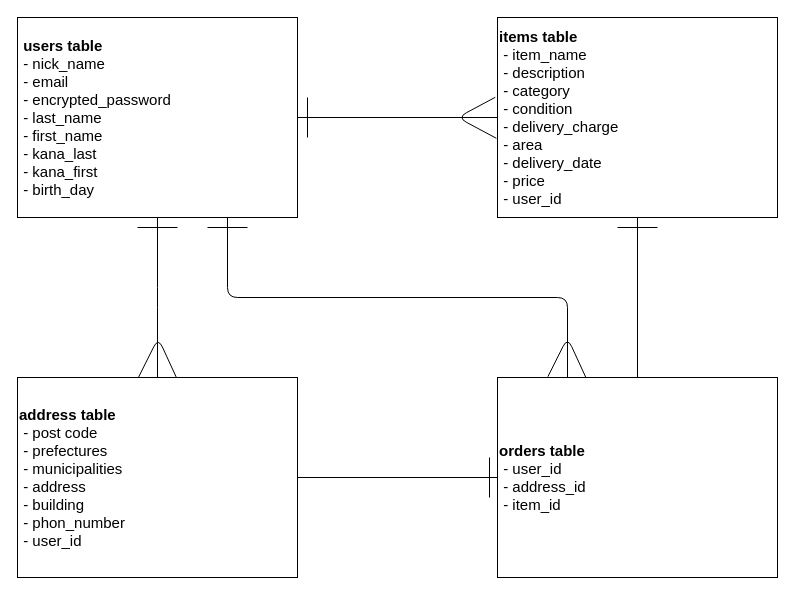
Earlier version of the draw.io diagram furima.dio (ardbeg1815/furima-37934). Source tidied: cells renumbered, new cells numbered last; positions are measured from the earlier drawing's top-left corner, leaving out a move shared by most shapes. Both pictures are drawn from the tidied source at 100%, with x=0, y=0 at pixel (17, 17).
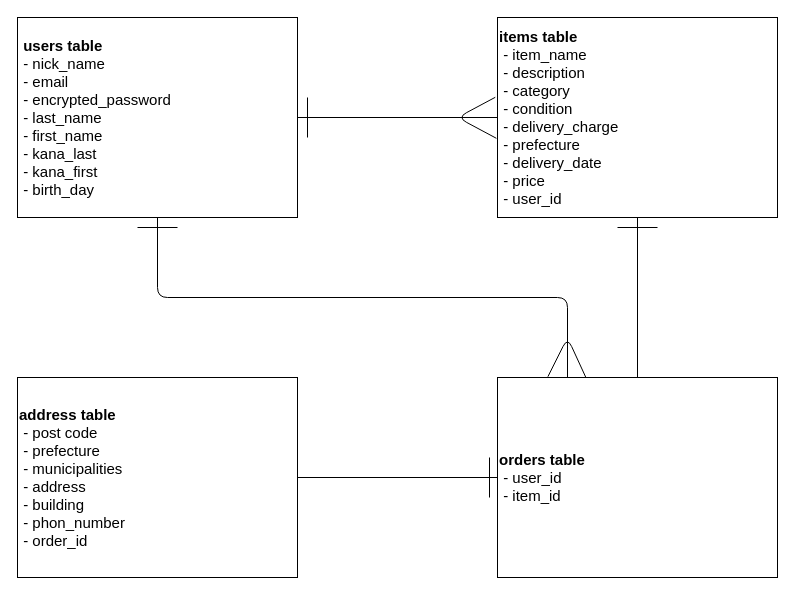
The same page after the edit.

Commit message (it also covers changes not shown here):
データベース再修正

The change refers to these unchanged cells:
```xml
<mxCell id="4" value="&amp;nbsp;&lt;b style=&quot;font-size: 15px&quot;&gt;users table&lt;/b&gt;&lt;br style=&quot;font-size: 15px&quot;&gt;&amp;nbsp;- nick_name&lt;br style=&quot;font-size: 15px&quot;&gt;&amp;nbsp;- email&lt;br style=&quot;font-size: 15px&quot;&gt;&amp;nbsp;- encrypted_password&lt;br style=&quot;font-size: 15px&quot;&gt;&amp;nbsp;- last_name&lt;br style=&quot;font-size: 15px&quot;&gt;&amp;nbsp;- first_name&lt;br style=&quot;font-size: 15px&quot;&gt;&amp;nbsp;- kana_last&lt;br style=&quot;font-size: 15px&quot;&gt;&amp;nbsp;- kana_first&lt;br style=&quot;font-size: 15px&quot;&gt;&amp;nbsp;- birth_day" style="whiteSpace=wrap;html=1;align=left;fontSize=15;" parent="1" vertex="1">
  <mxGeometry width="280" height="200" as="geometry" />
</mxCell>
```

The edit, as a diff of the source:
```diff
@@
-    <mxCell id="2" value="&lt;b style=&quot;font-size: 15px&quot;&gt;orders table&lt;/b&gt;&lt;br style=&quot;font-size: 15px&quot;&gt;&amp;nbsp;- user_id&lt;br&gt;&amp;nbsp;- address_id&lt;br&gt;&amp;nbsp;- item_id" style="whiteSpace=wrap;html=1;align=left;fontSize=15;" parent="1" vertex="1">
+    <mxCell id="2" value="&lt;b style=&quot;font-size: 15px&quot;&gt;orders table&lt;/b&gt;&lt;br style=&quot;font-size: 15px&quot;&gt;&amp;nbsp;- user_id&lt;br&gt;&amp;nbsp;- item_id" style="whiteSpace=wrap;html=1;align=left;fontSize=15;" parent="1" vertex="1">
       <mxGeometry x="480" y="360" width="280" height="200" as="geometry" />
     </mxCell>
-    <mxCell id="3" value="&lt;b style=&quot;font-size: 15px&quot;&gt;items table&lt;/b&gt;&lt;br style=&quot;font-size: 15px&quot;&gt;&amp;nbsp;- item_name&lt;br&gt;&amp;nbsp;- description&lt;br style=&quot;font-size: 15px&quot;&gt;&amp;nbsp;- category&lt;br&gt;&amp;nbsp;- condition&lt;br&gt;&amp;nbsp;- delivery_charge&lt;br style=&quot;font-size: 15px&quot;&gt;&amp;nbsp;- area&lt;br style=&quot;font-size: 15px&quot;&gt;&amp;nbsp;- delivery_date&lt;br style=&quot;font-size: 15px&quot;&gt;&amp;nbsp;- price&lt;br style=&quot;font-size: 15px&quot;&gt;&amp;nbsp;- user_id" style="whiteSpace=wrap;html=1;align=left;fontSize=15;" parent="1" vertex="1">
+    <mxCell id="3" value="&lt;b style=&quot;font-size: 15px&quot;&gt;items table&lt;/b&gt;&lt;br style=&quot;font-size: 15px&quot;&gt;&amp;nbsp;- item_name&lt;br&gt;&amp;nbsp;- description&lt;br style=&quot;font-size: 15px&quot;&gt;&amp;nbsp;- category&lt;br&gt;&amp;nbsp;- condition&lt;br&gt;&amp;nbsp;- delivery_charge&lt;br style=&quot;font-size: 15px&quot;&gt;&amp;nbsp;- prefecture&lt;br style=&quot;font-size: 15px&quot;&gt;&amp;nbsp;- delivery_date&lt;br style=&quot;font-size: 15px&quot;&gt;&amp;nbsp;- price&lt;br style=&quot;font-size: 15px&quot;&gt;&amp;nbsp;- user_id" style="whiteSpace=wrap;html=1;align=left;fontSize=15;" parent="1" vertex="1">
       <mxGeometry x="480" width="280" height="200" as="geometry" />
     </mxCell>
@@
-    <mxCell id="8" style="endArrow=none;html=1;fontSize=15;entryX=0.5;entryY=0;entryDx=0;entryDy=0;exitX=0.5;exitY=1;exitDx=0;exitDy=0;" parent="1" edge="1" source="4" target="11">
-      <mxGeometry relative="1" as="geometry">
-        <Array as="points">
-          <mxPoint x="140" y="280" />
-        </Array>
-      </mxGeometry>
-    </mxCell>
-    <mxCell id="9" style="endArrow=none;html=1;fontSize=15;" parent="1" edge="1">
-      <mxGeometry relative="1" as="geometry">
-        <mxPoint x="120" y="210" as="sourcePoint" />
-        <mxPoint x="160" y="210" as="targetPoint" />
-      </mxGeometry>
-    </mxCell>
@@
-    <mxCell id="11" value="&lt;b style=&quot;font-size: 15px&quot;&gt;address table&lt;/b&gt;&lt;br style=&quot;font-size: 15px&quot;&gt;&amp;nbsp;- post code&lt;br style=&quot;font-size: 15px&quot;&gt;&amp;nbsp;- prefectures&lt;br style=&quot;font-size: 15px&quot;&gt;&amp;nbsp;- municipalities&lt;br style=&quot;font-size: 15px&quot;&gt;&amp;nbsp;- address&lt;br style=&quot;font-size: 15px&quot;&gt;&amp;nbsp;- building&lt;br style=&quot;font-size: 15px&quot;&gt;&amp;nbsp;- phon_number&lt;br&gt;&amp;nbsp;- user_id" style="whiteSpace=wrap;html=1;align=left;fontSize=15;" parent="1" vertex="1">
+    <mxCell id="11" value="&lt;b style=&quot;font-size: 15px&quot;&gt;address table&lt;/b&gt;&lt;br style=&quot;font-size: 15px&quot;&gt;&amp;nbsp;- post code&lt;br style=&quot;font-size: 15px&quot;&gt;&amp;nbsp;- prefecture&lt;br style=&quot;font-size: 15px&quot;&gt;&amp;nbsp;- municipalities&lt;br style=&quot;font-size: 15px&quot;&gt;&amp;nbsp;- address&lt;br style=&quot;font-size: 15px&quot;&gt;&amp;nbsp;- building&lt;br style=&quot;font-size: 15px&quot;&gt;&amp;nbsp;- phon_number&lt;br&gt;&amp;nbsp;- order_id" style="whiteSpace=wrap;html=1;align=left;fontSize=15;" parent="1" vertex="1">
       <mxGeometry y="360" width="280" height="200" as="geometry" />
     </mxCell>
-    <mxCell id="12" style="endArrow=none;html=1;fontSize=15;exitX=0.75;exitY=1;exitDx=0;exitDy=0;entryX=0.25;entryY=0;entryDx=0;entryDy=0;" parent="1" edge="1" source="4" target="2">
+    <mxCell id="12" style="endArrow=none;html=1;fontSize=15;exitX=0.5;exitY=1;exitDx=0;exitDy=0;entryX=0.25;entryY=0;entryDx=0;entryDy=0;" parent="1" edge="1" source="4" target="2">
       <mxGeometry relative="1" as="geometry">
         <Array as="points">
-          <mxPoint x="210" y="280" />
+          <mxPoint x="140" y="280" />
           <mxPoint x="550" y="280" />
         </Array>
       </mxGeometry>
     </mxCell>
@@
     <mxCell id="15" style="endArrow=none;html=1;fontSize=15;" parent="1" edge="1">
       <mxGeometry relative="1" as="geometry">
-        <mxPoint x="190" y="210" as="sourcePoint" />
-        <mxPoint x="230" y="210" as="targetPoint" />
+        <mxPoint x="120" y="210" as="sourcePoint" />
+        <mxPoint x="160" y="210" as="targetPoint" />
       </mxGeometry>
     </mxCell>
@@
-    <mxCell id="17" style="endArrow=none;html=1;fontSize=15;entryX=0.18;entryY=-0.004;entryDx=0;entryDy=0;entryPerimeter=0;exitX=0.315;exitY=-0.002;exitDx=0;exitDy=0;exitPerimeter=0;" parent="1" edge="1">
-      <mxGeometry relative="1" as="geometry">
-        <mxPoint x="158.9" y="360" as="sourcePoint" />
-        <mxPoint x="121.1" y="359.6" as="targetPoint" />
-        <Array as="points">
-          <mxPoint x="140.7" y="320.4" />
-        </Array>
-      </mxGeometry>
-    </mxCell>
```
